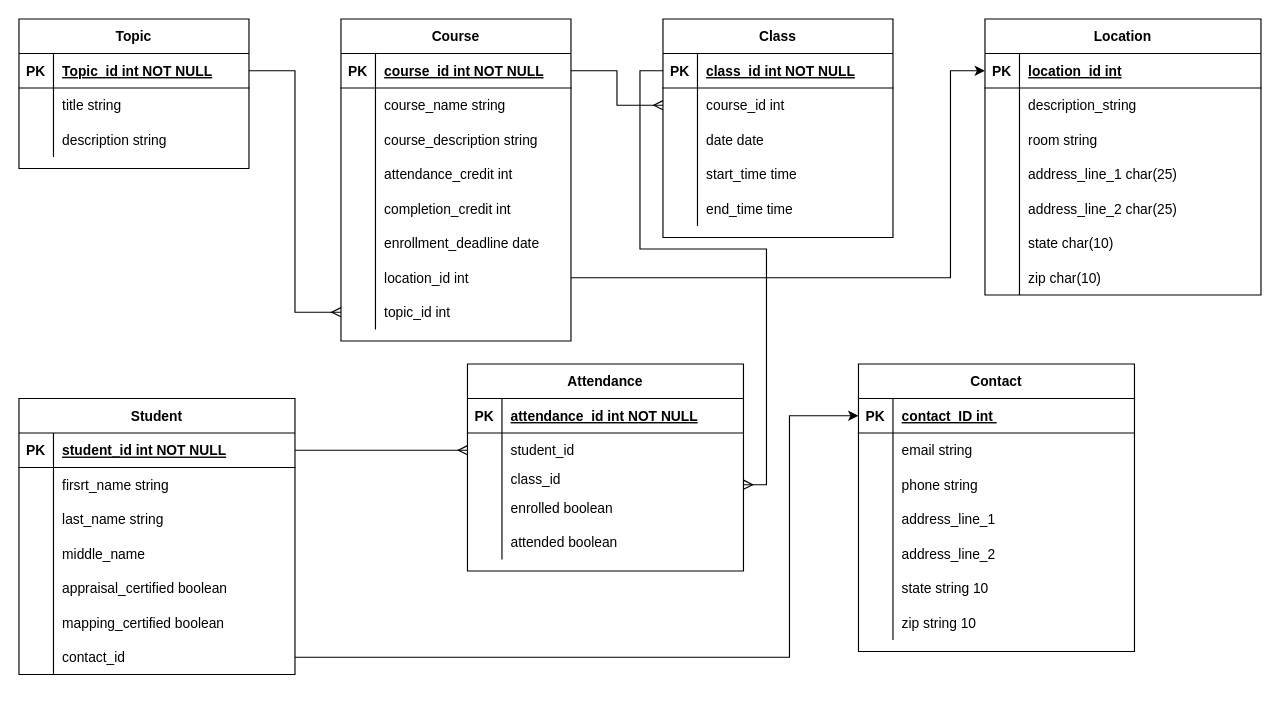
Earlier version of the draw.io diagram Education/Documents/EducationalProgram.drawio (ArthurEOrtiz/ISTC). Source tidied: cells renumbered, new cells numbered last; positions are measured from the earlier drawing's top-left corner, leaving out a move shared by most shapes. Both pictures are drawn from the tidied source at 115%, with x=0, y=0 at pixel (18, 18).
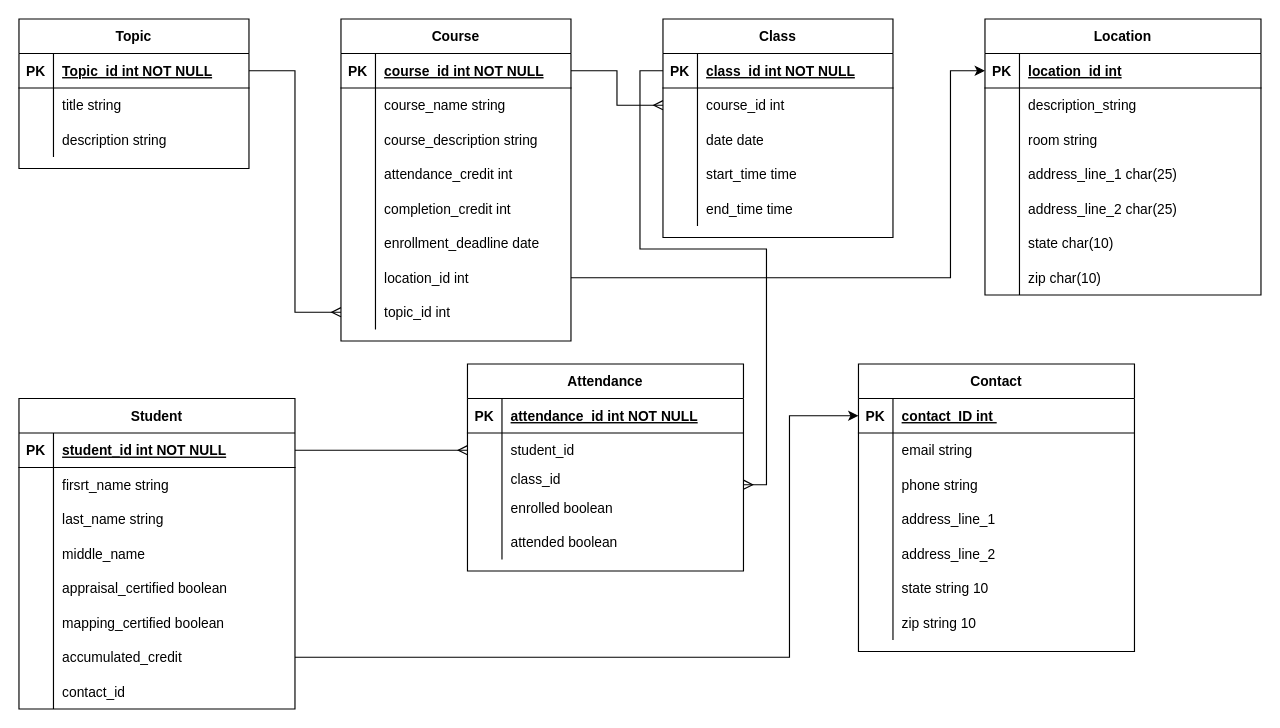
After the change.

Unchanged cells that the change refers to:
```xml
<mxCell id="37" style="shape=partialRectangle;fillColor=none;points=[[0,0.5],[1,0.5]];portConstraint=eastwest;top=0;left=0;right=0;bottom=0;" parent="18" vertex="1">
  <mxGeometry y="210" width="240" height="30" as="geometry" />
</mxCell>
```

Change to the diagram source:
```diff
@@
     <mxCell id="18" value="Student" style="shape=table;startSize=30;childLayout=tableLayout;rowLines=0;fontStyle=1;align=center;" parent="1" vertex="1">
-      <mxGeometry y="330" width="240" height="240" as="geometry" />
+      <mxGeometry y="330" width="240" height="270" as="geometry" />
     </mxCell>
@@
-    <mxCell id="39" value="contact_id" style="shape=partialRectangle;overflow=hidden;fillColor=none;top=0;left=0;bottom=0;right=0;align=left;spacingLeft=6;" parent="37" vertex="1">
+    <mxCell id="39" value="accumulated_credit" style="shape=partialRectangle;overflow=hidden;fillColor=none;top=0;left=0;bottom=0;right=0;align=left;spacingLeft=6;" parent="37" vertex="1">
       <mxGeometry x="30" width="210" height="30" as="geometry" />
     </mxCell>
+    <mxCell id="141" style="shape=partialRectangle;fillColor=none;top=0;left=0;right=0;bottom=0;" parent="18" vertex="1">
+      <mxGeometry y="240" width="240" height="30" as="geometry" />
+    </mxCell>
+    <mxCell id="142" style="shape=partialRectangle;overflow=hidden;fillColor=none;top=0;left=0;bottom=0;right=0;" parent="141" vertex="1">
+      <mxGeometry width="30" height="30" as="geometry" />
+    </mxCell>
+    <mxCell id="143" value="contact_id" style="shape=partialRectangle;overflow=hidden;fillColor=none;top=0;left=0;bottom=0;right=0;align=left;spacingLeft=6;" parent="141" vertex="1">
+      <mxGeometry x="30" width="210" height="30" as="geometry" />
+    </mxCell>
```
